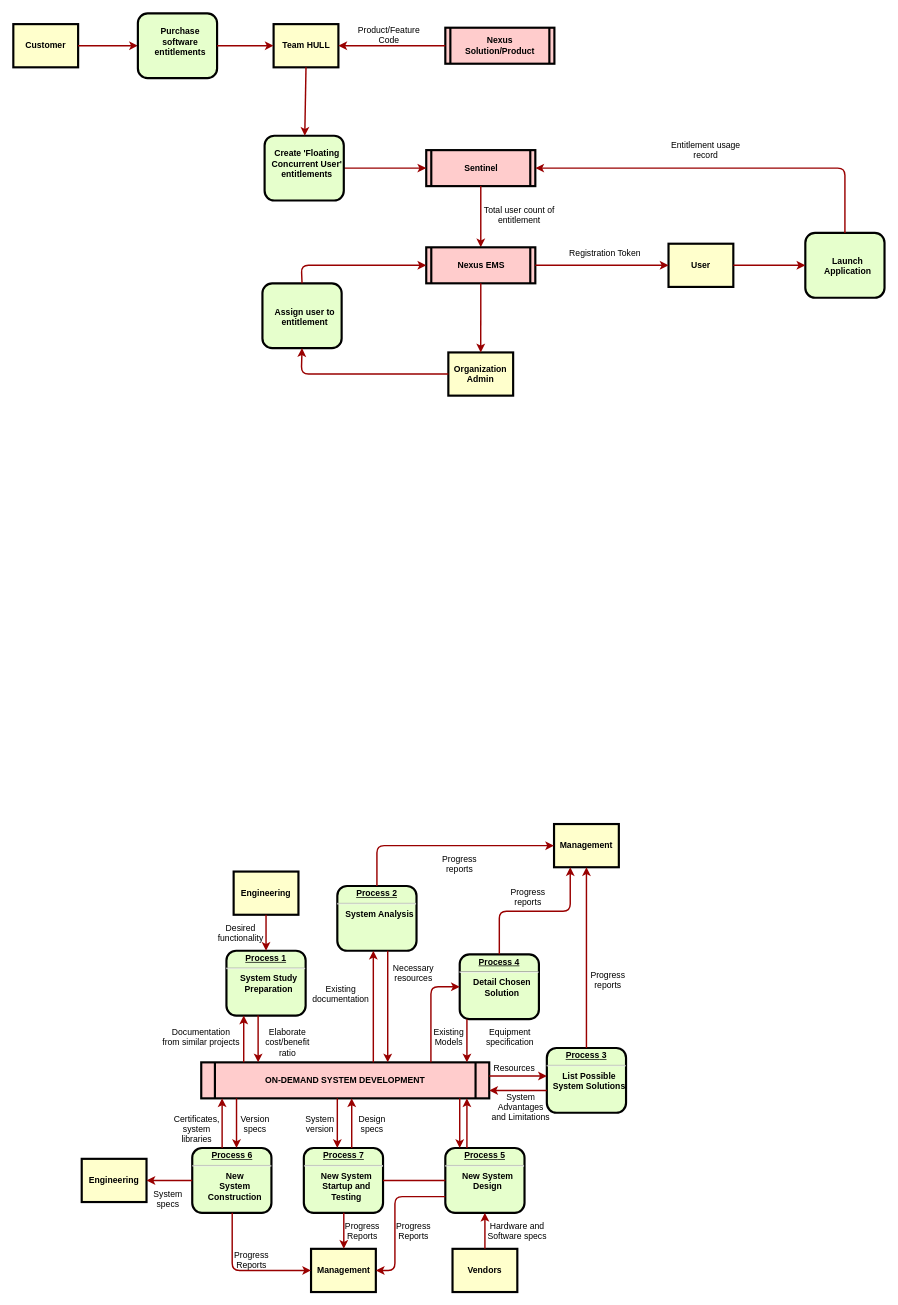
This is page "Dataflow" (2 of 2) of Entitlement Workflow.drawio from xiaowei90113/Design, a draw.io file, before an edit. Source tidied: cells renumbered, new cells numbered last; positions are measured from the earlier drawing's top-left corner, leaving out a move shared by most shapes. Both pictures are drawn from the tidied source at 72%, with x=0, y=0 at pixel (13, 13).
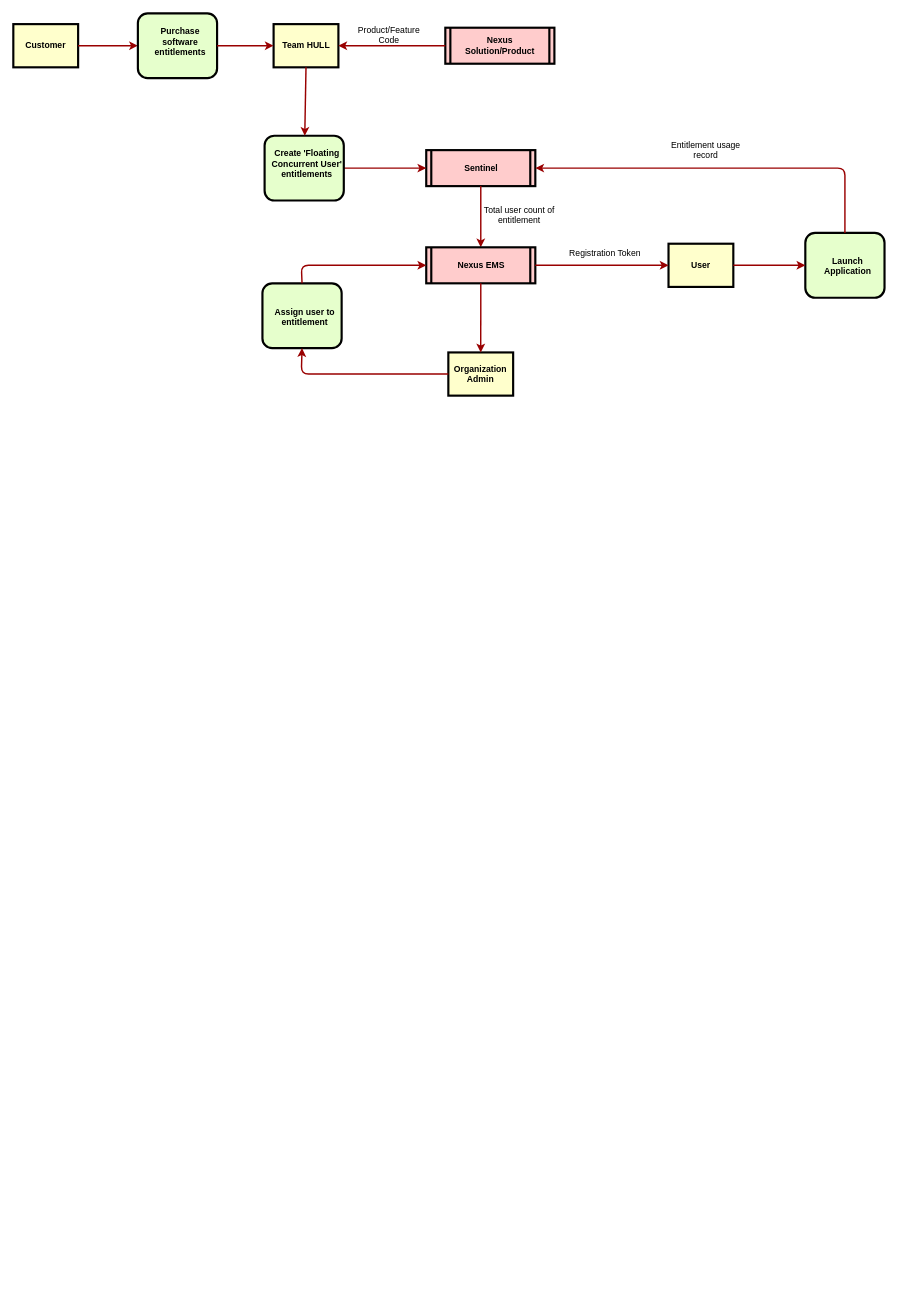
Above is the later version.

Change to the diagram source:
```diff
@@
-    <mxCell id="2" value="&lt;p style=&quot;margin: 0px; margin-top: 4px; text-align: center; text-decoration: underline;&quot;&gt;&lt;strong&gt;Process 1&lt;br /&gt;&lt;/strong&gt;&lt;/p&gt;&lt;hr /&gt;&lt;p style=&quot;margin: 0px; margin-left: 8px;&quot;&gt;System Study&lt;/p&gt;&lt;p style=&quot;margin: 0px; margin-left: 8px;&quot;&gt;Preparation&lt;/p&gt;" style="verticalAlign=middle;align=center;overflow=fill;fontSize=12;fontFamily=Helvetica;html=1;rounded=1;fontStyle=1;strokeWidth=3;fillColor=#E6FFCC;" parent="1" vertex="1">
-      <mxGeometry x="296" y="1302" width="110" height="90" as="geometry" />
-    </mxCell>
-    <mxCell id="3" value="Engineering" style="whiteSpace=wrap;align=center;verticalAlign=middle;fontStyle=1;strokeWidth=3;fillColor=#FFFFCC;" parent="1" vertex="1">
-      <mxGeometry x="306" y="1192" width="90" height="60" as="geometry" />
-    </mxCell>
@@
-    <mxCell id="5" value="ON-DEMAND SYSTEM DEVELOPMENT" style="shape=process;whiteSpace=wrap;align=center;verticalAlign=middle;size=0.0475;fontStyle=1;strokeWidth=3;fillColor=#FFCCCC;" parent="1" vertex="1">
-      <mxGeometry x="261" y="1457" width="400" height="50" as="geometry" />
-    </mxCell>
-    <mxCell id="6" value="&lt;p style=&quot;margin: 0px; margin-top: 4px; text-align: center; text-decoration: underline;&quot;&gt;&lt;strong&gt;Process 2&lt;br /&gt;&lt;/strong&gt;&lt;/p&gt;&lt;hr /&gt;&lt;p style=&quot;margin: 0px; margin-left: 8px;&quot;&gt;System Analysis&lt;/p&gt;" style="verticalAlign=middle;align=center;overflow=fill;fontSize=12;fontFamily=Helvetica;html=1;rounded=1;fontStyle=1;strokeWidth=3;fillColor=#E6FFCC;" parent="1" vertex="1">
-      <mxGeometry x="450" y="1212" width="110" height="90" as="geometry" />
-    </mxCell>
-    <mxCell id="7" value="&lt;p style=&quot;margin: 0px; margin-top: 4px; text-align: center; text-decoration: underline;&quot;&gt;&lt;strong&gt;&lt;strong&gt;Process&lt;/strong&gt; 3&lt;br /&gt;&lt;/strong&gt;&lt;/p&gt;&lt;hr /&gt;&lt;p style=&quot;margin: 0px; margin-left: 8px;&quot;&gt;List Possible&lt;/p&gt;&lt;p style=&quot;margin: 0px; margin-left: 8px;&quot;&gt;System Solutions&lt;/p&gt;" style="verticalAlign=middle;align=center;overflow=fill;fontSize=12;fontFamily=Helvetica;html=1;rounded=1;fontStyle=1;strokeWidth=3;fillColor=#E6FFCC;" parent="1" vertex="1">
-      <mxGeometry x="741" y="1437" width="110" height="90" as="geometry" />
-    </mxCell>
-    <mxCell id="8" value="&lt;p style=&quot;margin: 0px; margin-top: 4px; text-align: center; text-decoration: underline;&quot;&gt;&lt;strong&gt;&lt;strong&gt;Process&lt;/strong&gt; 4&lt;br /&gt;&lt;/strong&gt;&lt;/p&gt;&lt;hr /&gt;&lt;p style=&quot;margin: 0px; margin-left: 8px;&quot;&gt;Detail Chosen&lt;/p&gt;&lt;p style=&quot;margin: 0px; margin-left: 8px;&quot;&gt;Solution&lt;/p&gt;" style="verticalAlign=middle;align=center;overflow=fill;fontSize=12;fontFamily=Helvetica;html=1;rounded=1;fontStyle=1;strokeWidth=3;fillColor=#E6FFCC;" parent="1" vertex="1">
-      <mxGeometry x="620" y="1307" width="110" height="90" as="geometry" />
-    </mxCell>
-    <mxCell id="9" value="&lt;p style=&quot;margin: 0px; margin-top: 4px; text-align: center; text-decoration: underline;&quot;&gt;&lt;strong&gt;&lt;strong&gt;Process&lt;/strong&gt; 5&lt;br /&gt;&lt;/strong&gt;&lt;/p&gt;&lt;hr /&gt;&lt;p style=&quot;margin: 0px; margin-left: 8px;&quot;&gt;New System&lt;/p&gt;&lt;p style=&quot;margin: 0px; margin-left: 8px;&quot;&gt;Design&lt;/p&gt;" style="verticalAlign=middle;align=center;overflow=fill;fontSize=12;fontFamily=Helvetica;html=1;rounded=1;fontStyle=1;strokeWidth=3;fillColor=#E6FFCC;" parent="1" vertex="1">
-      <mxGeometry x="600" y="1576" width="110" height="90" as="geometry" />
-    </mxCell>
-    <mxCell id="10" value="&lt;p style=&quot;margin: 0px; margin-top: 4px; text-align: center; text-decoration: underline;&quot;&gt;&lt;strong&gt;&lt;strong&gt;Process&lt;/strong&gt; 6&lt;br /&gt;&lt;/strong&gt;&lt;/p&gt;&lt;hr /&gt;&lt;p style=&quot;margin: 0px; margin-left: 8px;&quot;&gt;New&lt;/p&gt;&lt;p style=&quot;margin: 0px; margin-left: 8px;&quot;&gt;System&lt;/p&gt;&lt;p style=&quot;margin: 0px; margin-left: 8px;&quot;&gt;Construction&lt;/p&gt;" style="verticalAlign=middle;align=center;overflow=fill;fontSize=12;fontFamily=Helvetica;html=1;rounded=1;fontStyle=1;strokeWidth=3;fillColor=#E6FFCC;" parent="1" vertex="1">
-      <mxGeometry x="248.5" y="1576" width="110" height="90" as="geometry" />
-    </mxCell>
-    <mxCell id="11" value="Management" style="whiteSpace=wrap;align=center;verticalAlign=middle;fontStyle=1;strokeWidth=3;fillColor=#FFFFCC;" parent="1" vertex="1">
-      <mxGeometry x="751" y="1126" width="90" height="60" as="geometry" />
-    </mxCell>
-    <mxCell id="12" value="Management" style="whiteSpace=wrap;align=center;verticalAlign=middle;fontStyle=1;strokeWidth=3;fillColor=#FFFFCC;" parent="1" vertex="1">
-      <mxGeometry x="413.5" y="1716" width="90" height="60" as="geometry" />
-    </mxCell>
-    <mxCell id="13" value="Engineering" style="whiteSpace=wrap;align=center;verticalAlign=middle;fontStyle=1;strokeWidth=3;fillColor=#FFFFCC;" parent="1" vertex="1">
-      <mxGeometry x="95" y="1591" width="90" height="60" as="geometry" />
-    </mxCell>
-    <mxCell id="14" value="Vendors" style="whiteSpace=wrap;align=center;verticalAlign=middle;fontStyle=1;strokeWidth=3;fillColor=#FFFFCC;" parent="1" vertex="1">
-      <mxGeometry x="610" y="1716" width="90" height="60" as="geometry" />
-    </mxCell>
-    <mxCell id="15" style="edgeStyle=none;noEdgeStyle=1;strokeColor=#990000;strokeWidth=2;" parent="1" edge="1" source="3" target="2">
-      <mxGeometry relative="1" as="geometry" />
-    </mxCell>
@@
-    <mxCell id="17" value="&lt;p style=&quot;margin: 0px; margin-top: 4px; text-align: center; text-decoration: underline;&quot;&gt;&lt;strong&gt;&lt;strong&gt;Process&lt;/strong&gt; 7&lt;br /&gt;&lt;/strong&gt;&lt;/p&gt;&lt;hr /&gt;&lt;p style=&quot;margin: 0px; margin-left: 8px;&quot;&gt;New System&lt;/p&gt;&lt;p style=&quot;margin: 0px; margin-left: 8px;&quot;&gt;Startup and&lt;/p&gt;&lt;p style=&quot;margin: 0px; margin-left: 8px;&quot;&gt;Testing&lt;/p&gt;" style="verticalAlign=middle;align=center;overflow=fill;fontSize=12;fontFamily=Helvetica;html=1;rounded=1;fontStyle=1;strokeWidth=3;fillColor=#E6FFCC;" parent="1" vertex="1">
-      <mxGeometry x="403.5" y="1576" width="110" height="90" as="geometry" />
-    </mxCell>
-    <mxCell id="18" style="endArrow=none;noEdgeStyle=1;strokeColor=#990000;strokeWidth=2;" parent="1" edge="1" source="9" target="17">
-      <mxGeometry relative="1" as="geometry" />
-    </mxCell>
-    <mxCell id="19" value="Desired &#10;functionality" style="text;spacingTop=-5;align=center;" parent="1" vertex="1">
-      <mxGeometry x="301" y="1262" width="30" height="20" as="geometry" />
-    </mxCell>
-    <mxCell id="20" value="Documentation&#10;from similar projects" style="text;spacingTop=-5;align=center;" parent="1" vertex="1">
-      <mxGeometry x="246" y="1407" width="30" height="20" as="geometry" />
-    </mxCell>
-    <mxCell id="21" style="edgeStyle=elbowEdgeStyle;elbow=horizontal;strokeColor=#990000;strokeWidth=2;" parent="1" edge="1" source="5" target="2">
-      <mxGeometry relative="1" as="geometry">
-        <Array as="points">
-          <mxPoint x="320" y="1436" />
-        </Array>
-      </mxGeometry>
-    </mxCell>
-    <mxCell id="22" style="edgeStyle=elbowEdgeStyle;elbow=horizontal;strokeColor=#990000;strokeWidth=2;" parent="1" edge="1" source="2" target="5">
-      <mxGeometry relative="1" as="geometry">
-        <Array as="points">
-          <mxPoint x="340" y="1426" />
-        </Array>
-      </mxGeometry>
-    </mxCell>
-    <mxCell id="23" value="Elaborate&#10;cost/benefit&#10;ratio" style="text;spacingTop=-5;align=center;" parent="1" vertex="1">
-      <mxGeometry x="366" y="1407" width="30" height="20" as="geometry" />
-    </mxCell>
-    <mxCell id="24" style="edgeStyle=elbowEdgeStyle;elbow=horizontal;strokeColor=#990000;strokeWidth=2;" parent="1" edge="1" source="5" target="6">
-      <mxGeometry relative="1" as="geometry">
-        <Array as="points">
-          <mxPoint x="500" y="1376" />
-        </Array>
-      </mxGeometry>
-    </mxCell>
-    <mxCell id="25" style="edgeStyle=elbowEdgeStyle;elbow=horizontal;strokeColor=#990000;strokeWidth=2;" parent="1" edge="1" source="6" target="5">
-      <mxGeometry relative="1" as="geometry">
-        <Array as="points">
-          <mxPoint x="520" y="1386" />
-        </Array>
-      </mxGeometry>
-    </mxCell>
-    <mxCell id="26" value="Existing&#10;documentation" style="text;spacingTop=-5;align=center;" parent="1" vertex="1">
-      <mxGeometry x="440" y="1347" width="30" height="20" as="geometry" />
-    </mxCell>
-    <mxCell id="27" value="Necessary&#10;resources" style="text;spacingTop=-5;align=center;" parent="1" vertex="1">
-      <mxGeometry x="541" y="1317" width="30" height="20" as="geometry" />
-    </mxCell>
-    <mxCell id="28" value="Progress&#10;reports" style="text;spacingTop=-5;align=center;" parent="1" vertex="1">
-      <mxGeometry x="605" y="1166" width="30" height="20" as="geometry" />
-    </mxCell>
-    <mxCell id="29" value="Progress&#10;reports" style="text;spacingTop=-5;align=center;" parent="1" vertex="1">
-      <mxGeometry x="700" y="1212" width="30" height="20" as="geometry" />
-    </mxCell>
-    <mxCell id="30" value="Progress&#10;reports" style="text;spacingTop=-5;align=center;" parent="1" vertex="1">
-      <mxGeometry x="811" y="1327" width="30" height="20" as="geometry" />
-    </mxCell>
-    <mxCell id="31" style="edgeStyle=elbowEdgeStyle;elbow=horizontal;strokeColor=#990000;strokeWidth=2;" parent="1" edge="1" source="6" target="11">
-      <mxGeometry relative="1" as="geometry">
-        <Array as="points">
-          <mxPoint x="505" y="1206" />
-        </Array>
-      </mxGeometry>
-    </mxCell>
-    <mxCell id="32" style="edgeStyle=elbowEdgeStyle;elbow=vertical;entryX=0.25;entryY=1;strokeColor=#990000;strokeWidth=2;" parent="1" edge="1" source="8" target="11">
-      <mxGeometry relative="1" as="geometry" />
-    </mxCell>
-    <mxCell id="33" style="edgeStyle=elbowEdgeStyle;elbow=horizontal;strokeColor=#990000;strokeWidth=2;" parent="1" edge="1" source="7" target="11">
-      <mxGeometry relative="1" as="geometry" />
-    </mxCell>
-    <mxCell id="34" style="edgeStyle=elbowEdgeStyle;elbow=horizontal;strokeColor=#990000;strokeWidth=2;" parent="1" edge="1" source="8" target="5">
-      <mxGeometry relative="1" as="geometry">
-        <Array as="points">
-          <mxPoint x="630" y="1426" />
-        </Array>
-      </mxGeometry>
-    </mxCell>
-    <mxCell id="35" style="edgeStyle=segmentEdgeStyle;strokeColor=#990000;strokeWidth=2;" parent="1" edge="1" source="5" target="8">
-      <mxGeometry relative="1" as="geometry">
-        <Array as="points">
-          <mxPoint x="580" y="1352" />
-        </Array>
-      </mxGeometry>
-    </mxCell>
-    <mxCell id="36" value="Existing&#10;Models" style="text;spacingTop=-5;align=center;" parent="1" vertex="1">
-      <mxGeometry x="590" y="1407" width="30" height="20" as="geometry" />
-    </mxCell>
-    <mxCell id="37" value="Equipment&#10;specification" style="text;spacingTop=-5;align=center;" parent="1" vertex="1">
-      <mxGeometry x="675" y="1407" width="30" height="20" as="geometry" />
-    </mxCell>
-    <mxCell id="38" style="edgeStyle=elbowEdgeStyle;elbow=vertical;strokeColor=#990000;strokeWidth=2;" parent="1" edge="1" source="5" target="7">
-      <mxGeometry relative="1" as="geometry">
-        <Array as="points">
-          <mxPoint x="710" y="1476" />
-        </Array>
-      </mxGeometry>
-    </mxCell>
-    <mxCell id="39" style="edgeStyle=elbowEdgeStyle;elbow=vertical;strokeColor=#990000;strokeWidth=2;" parent="1" edge="1" source="7" target="5">
-      <mxGeometry relative="1" as="geometry">
-        <Array as="points">
-          <mxPoint x="710" y="1496" />
-        </Array>
-      </mxGeometry>
-    </mxCell>
-    <mxCell id="40" value="Resources" style="text;spacingTop=-5;align=center;" parent="1" vertex="1">
-      <mxGeometry x="681" y="1457" width="30" height="20" as="geometry" />
-    </mxCell>
-    <mxCell id="41" value="System &#10;Advantages &#10;and Limitations" style="text;spacingTop=-5;align=center;" parent="1" vertex="1">
-      <mxGeometry x="690" y="1497" width="30" height="20" as="geometry" />
-    </mxCell>
-    <mxCell id="42" style="edgeStyle=elbowEdgeStyle;elbow=horizontal;strokeColor=#990000;strokeWidth=2;" parent="1" edge="1" source="9" target="5">
-      <mxGeometry relative="1" as="geometry">
-        <Array as="points">
-          <mxPoint x="630" y="1536" />
-        </Array>
-      </mxGeometry>
-    </mxCell>
-    <mxCell id="43" style="edgeStyle=elbowEdgeStyle;elbow=horizontal;strokeColor=#990000;strokeWidth=2;" parent="1" edge="1" source="5" target="9">
-      <mxGeometry relative="1" as="geometry">
-        <Array as="points">
-          <mxPoint x="620" y="1546" />
-        </Array>
-      </mxGeometry>
-    </mxCell>
-    <mxCell id="44" style="edgeStyle=elbowEdgeStyle;elbow=horizontal;strokeColor=#990000;strokeWidth=2;" parent="1" edge="1" source="14" target="9">
-      <mxGeometry relative="1" as="geometry" />
-    </mxCell>
-    <mxCell id="45" value="Hardware and&#10;Software specs" style="text;spacingTop=-5;align=center;" parent="1" vertex="1">
-      <mxGeometry x="685" y="1676" width="30" height="20" as="geometry" />
-    </mxCell>
-    <mxCell id="46" style="edgeStyle=elbowEdgeStyle;elbow=horizontal;exitX=0;exitY=0.75;strokeColor=#990000;strokeWidth=2;" parent="1" edge="1" source="9" target="12">
-      <mxGeometry relative="1" as="geometry">
-        <Array as="points">
-          <mxPoint x="530" y="1696" />
-        </Array>
-      </mxGeometry>
-    </mxCell>
-    <mxCell id="47" value="Progress&#10;Reports" style="text;spacingTop=-5;align=center;" parent="1" vertex="1">
-      <mxGeometry x="541" y="1676" width="30" height="20" as="geometry" />
-    </mxCell>
-    <mxCell id="48" style="edgeStyle=elbowEdgeStyle;elbow=horizontal;strokeColor=#990000;strokeWidth=2;" parent="1" edge="1" source="17" target="12">
-      <mxGeometry relative="1" as="geometry" />
-    </mxCell>
-    <mxCell id="49" value="Progress&#10;Reports" style="text;spacingTop=-5;align=center;" parent="1" vertex="1">
-      <mxGeometry x="470" y="1676" width="30" height="20" as="geometry" />
-    </mxCell>
-    <mxCell id="50" style="edgeStyle=elbowEdgeStyle;elbow=horizontal;strokeColor=#990000;strokeWidth=2;" parent="1" edge="1" source="10" target="12">
-      <mxGeometry relative="1" as="geometry">
-        <Array as="points">
-          <mxPoint x="304" y="1696" />
-        </Array>
-      </mxGeometry>
-    </mxCell>
-    <mxCell id="51" value="Progress&#10;Reports" style="text;spacingTop=-5;align=center;" parent="1" vertex="1">
-      <mxGeometry x="316" y="1716" width="30" height="20" as="geometry" />
-    </mxCell>
-    <mxCell id="52" style="edgeStyle=elbowEdgeStyle;elbow=vertical;strokeColor=#990000;strokeWidth=2;" parent="1" edge="1" source="10" target="13">
-      <mxGeometry relative="1" as="geometry" />
-    </mxCell>
-    <mxCell id="53" style="edgeStyle=elbowEdgeStyle;elbow=horizontal;strokeColor=#990000;strokeWidth=2;" parent="1" edge="1" source="5" target="17">
-      <mxGeometry relative="1" as="geometry">
-        <Array as="points">
-          <mxPoint x="450" y="1536" />
-        </Array>
-      </mxGeometry>
-    </mxCell>
-    <mxCell id="54" style="edgeStyle=elbowEdgeStyle;elbow=horizontal;strokeColor=#990000;strokeWidth=2;" parent="1" edge="1" source="17" target="5">
-      <mxGeometry relative="1" as="geometry">
-        <Array as="points">
-          <mxPoint x="470" y="1536" />
-        </Array>
-      </mxGeometry>
-    </mxCell>
-    <mxCell id="55" value="Version&#10;specs" style="text;spacingTop=-5;align=center;" parent="1" vertex="1">
-      <mxGeometry x="321" y="1527" width="30" height="20" as="geometry" />
-    </mxCell>
-    <mxCell id="56" value="Certificates,&#10;system&#10;libraries" style="text;spacingTop=-5;align=center;" parent="1" vertex="1">
-      <mxGeometry x="240" y="1527" width="30" height="20" as="geometry" />
-    </mxCell>
-    <mxCell id="57" style="edgeStyle=elbowEdgeStyle;elbow=horizontal;strokeColor=#990000;strokeWidth=2;" parent="1" edge="1" source="5" target="10">
-      <mxGeometry relative="1" as="geometry">
-        <Array as="points">
-          <mxPoint x="310" y="1536" />
-        </Array>
-      </mxGeometry>
-    </mxCell>
-    <mxCell id="58" style="edgeStyle=elbowEdgeStyle;elbow=horizontal;strokeColor=#990000;strokeWidth=2;" parent="1" edge="1" source="10" target="5">
-      <mxGeometry relative="1" as="geometry">
-        <Array as="points">
-          <mxPoint x="290" y="1536" />
-        </Array>
-      </mxGeometry>
-    </mxCell>
-    <mxCell id="59" value="System&#10;specs" style="text;spacingTop=-5;align=center;" parent="1" vertex="1">
-      <mxGeometry x="200" y="1631" width="30" height="20" as="geometry" />
-    </mxCell>
-    <mxCell id="60" value="Design&#10;specs" style="text;spacingTop=-5;align=center;" parent="1" vertex="1">
-      <mxGeometry x="483.5" y="1527" width="30" height="20" as="geometry" />
-    </mxCell>
-    <mxCell id="61" value="System&#10;version" style="text;spacingTop=-5;align=center;" parent="1" vertex="1">
-      <mxGeometry x="411" y="1527" width="30" height="20" as="geometry" />
-    </mxCell>
```
